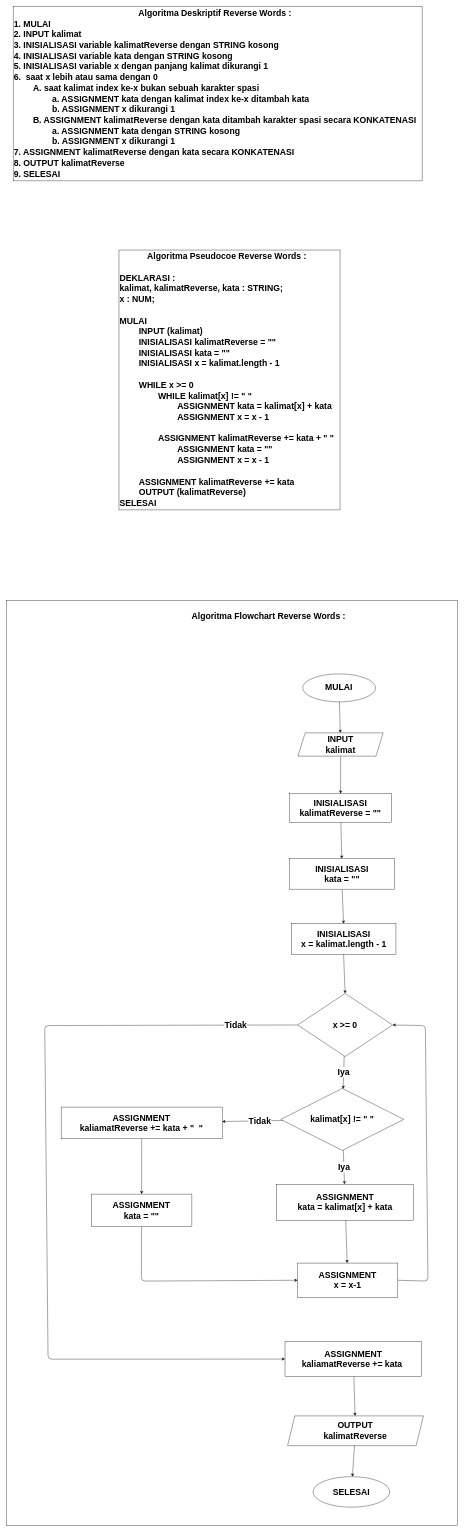
xel26/fwg17-computer-science keeps this draw.io diagram as page "reverse words" (2 of 2) of 6-palindrom.drawio. Above is the earlier version. Source tidied: cells renumbered, new cells numbered last; positions are measured from the earlier drawing's top-left corner, leaving out a move shared by most shapes. Both pictures are drawn from the tidied source at 36%, with x=0, y=0 at pixel (6, 6).
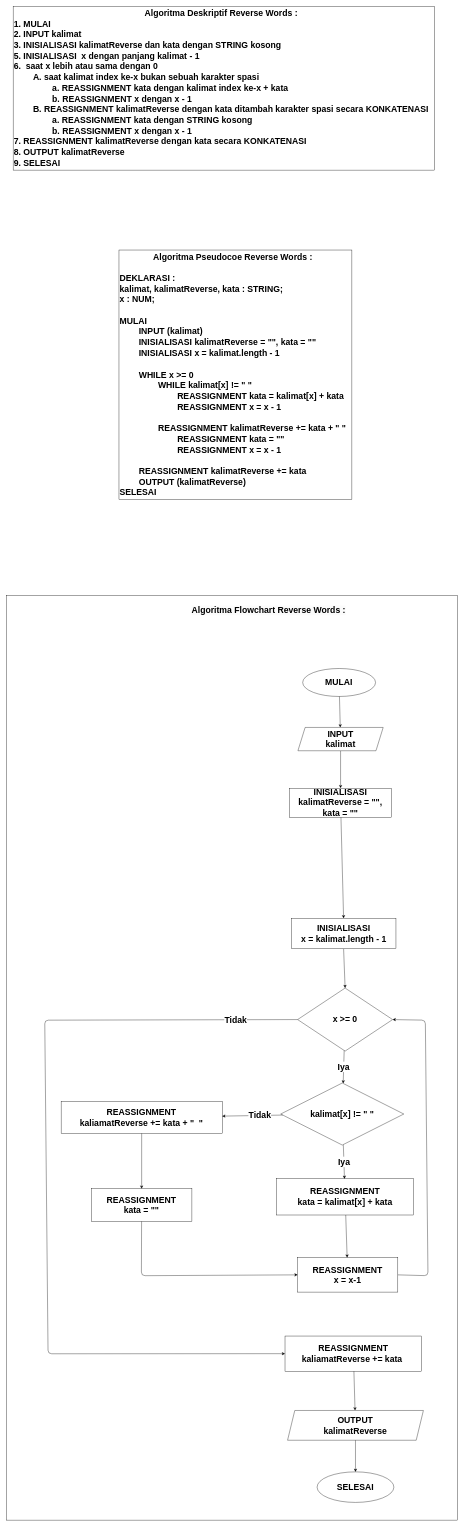
The same page after the edit.

The change refers to these unchanged cells:
```xml
<mxCell id="34" value="INISIALISASI&lt;br&gt;x = kalimat.length - 1" style="rounded=0;whiteSpace=wrap;html=1;hachureGap=4;fontFamily=Helvetica;fontSize=24;fontStyle=1;" parent="2" vertex="1">
  <mxGeometry x="791.5" y="897.3" width="290.9" height="84.7" as="geometry" />
</mxCell>
```

Change to the diagram source:
```diff
@@
     <mxCell id="2" style="group;strokeColor=default;fontStyle=1;fontSize=24;rounded=0;glass=0;shadow=0;strokeWidth=1;" parent="1" vertex="1">
-      <mxGeometry y="1651" width="1254" height="2569" as="geometry" />
+      <mxGeometry y="1636" width="1254" height="2569" as="geometry" />
     </mxCell>
@@
-    <mxCell id="8" style="edgeStyle=none;hachureGap=4;html=1;fontFamily=Architects Daughter;fontSize=24;" parent="2" edge="1" source="9" target="32">
+    <mxCell id="8" style="edgeStyle=none;hachureGap=4;html=1;fontFamily=Architects Daughter;fontSize=24;entryX=0.5;entryY=0;entryDx=0;entryDy=0;" parent="2" edge="1" source="9" target="34">
       <mxGeometry relative="1" as="geometry" />
     </mxCell>
-    <mxCell id="9" value="INISIALISASI&lt;br&gt;kalimatReverse = &quot;&quot;" style="rounded=0;whiteSpace=wrap;html=1;hachureGap=4;fontFamily=Helvetica;fontSize=24;fontStyle=1;" parent="2" vertex="1">
+    <mxCell id="9" value="INISIALISASI&lt;br&gt;kalimatReverse = &quot;&quot;,&lt;br&gt;kata = &quot;&quot;" style="rounded=0;whiteSpace=wrap;html=1;hachureGap=4;fontFamily=Helvetica;fontSize=24;fontStyle=1;" parent="2" vertex="1">
       <mxGeometry x="787.4" y="535.9" width="282.3" height="80.6" as="geometry" />
     </mxCell>
@@
-    <mxCell id="11" value="ASSIGNMENT&lt;br&gt;kata = kalimat[x] + kata" style="rounded=0;whiteSpace=wrap;html=1;hachureGap=4;fontFamily=Helvetica;fontSize=24;fontStyle=1;" parent="2" vertex="1">
+    <mxCell id="11" value="REASSIGNMENT&lt;br&gt;kata = kalimat[x] + kata" style="rounded=0;whiteSpace=wrap;html=1;hachureGap=4;fontFamily=Helvetica;fontSize=24;fontStyle=1;" parent="2" vertex="1">
       <mxGeometry x="751.4" y="1620.9" width="379.5" height="100.6" as="geometry" />
     </mxCell>
@@
-    <mxCell id="16" value="ASSIGNMENT&lt;br&gt;x = x-1" style="rounded=0;whiteSpace=wrap;html=1;hachureGap=4;fontFamily=Helvetica;fontSize=24;fontStyle=1;" parent="2" vertex="1">
+    <mxCell id="16" value="REASSIGNMENT&lt;br&gt;x = x-1" style="rounded=0;whiteSpace=wrap;html=1;hachureGap=4;fontFamily=Helvetica;fontSize=24;fontStyle=1;" parent="2" vertex="1">
       <mxGeometry x="809.2" y="1840" width="278.4" height="95.6" as="geometry" />
     </mxCell>
@@
-    <mxCell id="18" value="ASSIGNMENT&lt;br&gt;kaliamatReverse += kata + &quot;&amp;nbsp; &quot;" style="rounded=0;whiteSpace=wrap;html=1;hachureGap=4;fontFamily=Helvetica;fontSize=24;fontStyle=1;" parent="2" vertex="1">
+    <mxCell id="18" value="REASSIGNMENT&lt;br&gt;kaliamatReverse += kata + &quot;&amp;nbsp; &quot;" style="rounded=0;whiteSpace=wrap;html=1;hachureGap=4;fontFamily=Helvetica;fontSize=24;fontStyle=1;" parent="2" vertex="1">
       <mxGeometry x="152.3" y="1406.7" width="447.4" height="88.2" as="geometry" />
     </mxCell>
@@
-    <mxCell id="22" value="ASSIGNMENT&lt;br&gt;kata = &quot;&quot;" style="rounded=0;whiteSpace=wrap;html=1;hachureGap=4;fontFamily=Helvetica;fontSize=24;fontStyle=1;" parent="2" vertex="1">
+    <mxCell id="22" value="REASSIGNMENT&lt;br&gt;kata = &quot;&quot;" style="rounded=0;whiteSpace=wrap;html=1;hachureGap=4;fontFamily=Helvetica;fontSize=24;fontStyle=1;" parent="2" vertex="1">
       <mxGeometry x="236.3" y="1648.4" width="279.3" height="90.4" as="geometry" />
     </mxCell>
@@
-    <mxCell id="24" value="ASSIGNMENT&lt;br&gt;kaliamatReverse += kata&amp;nbsp;" style="rounded=0;whiteSpace=wrap;html=1;hachureGap=4;fontFamily=Helvetica;fontSize=24;fontStyle=1;" parent="2" vertex="1">
+    <mxCell id="24" value="REASSIGNMENT&lt;br&gt;kaliamatReverse += kata&amp;nbsp;" style="rounded=0;whiteSpace=wrap;html=1;hachureGap=4;fontFamily=Helvetica;fontSize=24;fontStyle=1;" parent="2" vertex="1">
       <mxGeometry x="774.2" y="2057.7" width="379.9" height="98" as="geometry" />
     </mxCell>
@@
     <mxCell id="29" value="SELESAI" style="ellipse;whiteSpace=wrap;html=1;hachureGap=4;fontFamily=Helvetica;fontSize=24;fontStyle=1;" parent="2" vertex="1">
-      <mxGeometry x="852" y="2433.3" width="213.3" height="84.9" as="geometry" />
+      <mxGeometry x="863.3" y="2435" width="213.3" height="84.9" as="geometry" />
     </mxCell>
@@
-    <mxCell id="31" style="edgeStyle=none;hachureGap=4;html=1;exitX=0.5;exitY=1;exitDx=0;exitDy=0;entryX=0.5;entryY=0;entryDx=0;entryDy=0;fontFamily=Architects Daughter;fontSize=24;" parent="2" edge="1" source="32" target="34">
-      <mxGeometry relative="1" as="geometry" />
-    </mxCell>
-    <mxCell id="32" value="INISIALISASI&lt;br&gt;kata = &quot;&quot;" style="rounded=0;whiteSpace=wrap;html=1;hachureGap=4;fontFamily=Helvetica;fontSize=24;fontStyle=1;" parent="2" vertex="1">
-      <mxGeometry x="787.4" y="716.6" width="290.9" height="84.7" as="geometry" />
-    </mxCell>
@@
-    <mxCell id="35" value="&lt;div style=&quot;text-align: center;&quot;&gt;&lt;b style=&quot;font-family: Helvetica; background-color: initial;&quot;&gt;Algoritma Deskriptif Reverse Words :&lt;/b&gt;&lt;/div&gt;&lt;font face=&quot;Helvetica&quot;&gt;&lt;div style=&quot;&quot;&gt;&lt;b style=&quot;background-color: initial;&quot;&gt;1. MULAI&lt;/b&gt;&lt;/div&gt;&lt;b&gt;2. INPUT kalimat&lt;br&gt;3. INISIALISASI variable kalimatReverse dengan STRING kosong&lt;br&gt;4. INISIALISASI variable kata dengan STRING kosong&lt;br&gt;5. INISIALISASI variable x dengan panjang kalimat dikurangi 1&lt;br&gt;6.&amp;nbsp; saat x lebih atau sama dengan 0&lt;br&gt;&lt;span style=&quot;white-space: pre;&quot;&gt;&#9;&lt;/span&gt;A. saat kalimat index ke-x bukan sebuah karakter spasi&lt;br&gt;&lt;span style=&quot;white-space: pre;&quot;&gt;&#9;&lt;/span&gt;&lt;span style=&quot;white-space: pre;&quot;&gt;&#9;&lt;/span&gt;a. ASSIGNMENT kata dengan kalimat index ke-x ditambah kata&lt;br&gt;&lt;span style=&quot;white-space: pre;&quot;&gt;&#9;&lt;/span&gt;&lt;span style=&quot;white-space: pre;&quot;&gt;&#9;&lt;/span&gt;b. ASSIGNMENT x dikurangi 1&lt;br&gt;&lt;span style=&quot;white-space: pre;&quot;&gt;&#9;&lt;/span&gt;B. ASSIGNMENT kalimatReverse dengan kata ditambah karakter spasi secara KONKATENASI&lt;br&gt;&amp;nbsp;&amp;nbsp;&lt;span style=&quot;white-space: pre;&quot;&gt;&#9;&lt;/span&gt;&lt;span style=&quot;white-space: pre;&quot;&gt;&#9;&lt;/span&gt;a. ASSIGNMENT kata dengan STRING kosong&lt;br&gt;&lt;span style=&quot;white-space: pre;&quot;&gt;&#9;&lt;/span&gt;&lt;span style=&quot;white-space: pre;&quot;&gt;&#9;&lt;/span&gt;b. ASSIGNMENT x dikurangi 1&lt;br&gt;7. ASSIGNMENT kalimatReverse dengan kata secara KONKATENASI&lt;br&gt;8. OUTPUT kalimatReverse&lt;br&gt;9. SELESAI&lt;br&gt;&lt;/b&gt;&lt;/font&gt;" style="text;html=1;align=left;verticalAlign=middle;strokeColor=default;fillColor=none;fontSize=24;fontFamily=Architects Daughter;hachureGap=4;strokeWidth=1;rounded=0;" parent="1" vertex="1">
-      <mxGeometry x="19" width="1136" height="485" as="geometry" />
+    <mxCell id="35" value="&lt;div style=&quot;text-align: center;&quot;&gt;&lt;b style=&quot;font-family: Helvetica; background-color: initial;&quot;&gt;Algoritma Deskriptif Reverse Words :&lt;/b&gt;&lt;/div&gt;&lt;font face=&quot;Helvetica&quot;&gt;&lt;div style=&quot;&quot;&gt;&lt;b style=&quot;background-color: initial;&quot;&gt;1. MULAI&lt;/b&gt;&lt;/div&gt;&lt;b&gt;2. INPUT kalimat&lt;br&gt;3. INISIALISASI kalimatReverse dan kata dengan STRING kosong&lt;br&gt;5. INISIALISASI&amp;nbsp; x dengan panjang kalimat - 1&lt;br&gt;6.&amp;nbsp; saat x lebih atau sama dengan 0&lt;br&gt;&lt;span style=&quot;white-space: pre;&quot;&gt;&#9;&lt;/span&gt;A. saat kalimat index ke-x bukan sebuah karakter spasi&lt;br&gt;&lt;span style=&quot;white-space: pre;&quot;&gt;&#9;&lt;/span&gt;&lt;span style=&quot;white-space: pre;&quot;&gt;&#9;&lt;/span&gt;a. REASSIGNMENT kata dengan kalimat index ke-x + kata&lt;br&gt;&lt;span style=&quot;white-space: pre;&quot;&gt;&#9;&lt;/span&gt;&lt;span style=&quot;white-space: pre;&quot;&gt;&#9;&lt;/span&gt;b. REASSIGNMENT x dengan x - 1&lt;br&gt;&lt;span style=&quot;white-space: pre;&quot;&gt;&#9;&lt;/span&gt;B. REASSIGNMENT kalimatReverse dengan kata ditambah karakter spasi secara KONKATENASI&lt;br&gt;&amp;nbsp;&amp;nbsp;&lt;span style=&quot;white-space: pre;&quot;&gt;&#9;&lt;/span&gt;&lt;span style=&quot;white-space: pre;&quot;&gt;&#9;&lt;/span&gt;a. REASSIGNMENT kata dengan STRING kosong&lt;br&gt;&lt;span style=&quot;white-space: pre;&quot;&gt;&#9;&lt;/span&gt;&lt;span style=&quot;white-space: pre;&quot;&gt;&#9;&lt;/span&gt;b. REASSIGNMENT x dengan x - 1&lt;br&gt;7. REASSIGNMENT kalimatReverse dengan kata secara KONKATENASI&lt;br&gt;8. OUTPUT kalimatReverse&lt;br&gt;9. SELESAI&lt;br&gt;&lt;/b&gt;&lt;/font&gt;" style="text;html=1;align=left;verticalAlign=middle;strokeColor=default;fillColor=none;fontSize=24;fontFamily=Architects Daughter;hachureGap=4;strokeWidth=1;rounded=0;" parent="1" vertex="1">
+      <mxGeometry x="19" width="1170" height="455" as="geometry" />
     </mxCell>
-    <mxCell id="36" value="&lt;div style=&quot;text-align: center;&quot;&gt;&lt;b style=&quot;font-family: Helvetica; background-color: initial;&quot;&gt;Algoritma Pseudocoe Reverse Words :&lt;/b&gt;&lt;/div&gt;&lt;font face=&quot;Helvetica&quot;&gt;&lt;div style=&quot;&quot;&gt;&lt;/div&gt;&lt;b&gt;&lt;br&gt;DEKLARASI :&lt;br&gt;kalimat, kalimatReverse, kata : STRING;&lt;br&gt;x : NUM;&lt;br&gt;&lt;br&gt;MULAI&lt;br&gt;&lt;span style=&quot;white-space: pre;&quot;&gt;&#9;&lt;/span&gt;INPUT (kalimat)&lt;br&gt;&lt;span style=&quot;white-space: pre;&quot;&gt;&#9;&lt;/span&gt;INISIALISASI kalimatReverse = &quot;&quot;&lt;br&gt;&lt;span style=&quot;white-space: pre;&quot;&gt;&#9;&lt;/span&gt;INISIALISASI kata = &quot;&quot;&lt;br&gt;&lt;span style=&quot;white-space: pre;&quot;&gt;&#9;&lt;/span&gt;INISIALISASI x = kalimat.length - 1&lt;br&gt;&lt;span style=&quot;white-space: pre;&quot;&gt;&#9;&lt;/span&gt;&lt;br&gt;&lt;span style=&quot;white-space: pre;&quot;&gt;&#9;&lt;/span&gt;WHILE x &amp;gt;= 0&lt;br&gt;&lt;span style=&quot;white-space: pre;&quot;&gt;&#9;&lt;/span&gt;&lt;span style=&quot;white-space: pre;&quot;&gt;&#9;&lt;/span&gt;WHILE kalimat[x] != &quot; &quot;&lt;br&gt;&lt;span style=&quot;white-space: pre;&quot;&gt;&#9;&lt;/span&gt;&lt;span style=&quot;white-space: pre;&quot;&gt;&#9;&lt;/span&gt;&lt;span style=&quot;white-space: pre;&quot;&gt;&#9;&lt;/span&gt;ASSIGNMENT kata = kalimat[x] + kata&lt;br&gt;&lt;span style=&quot;white-space: pre;&quot;&gt;&#9;&lt;/span&gt;&lt;span style=&quot;white-space: pre;&quot;&gt;&#9;&lt;/span&gt;&lt;span style=&quot;white-space: pre;&quot;&gt;&#9;&lt;/span&gt;ASSIGNMENT x = x - 1&lt;br&gt;&lt;span style=&quot;white-space: pre;&quot;&gt;&#9;&lt;/span&gt;&lt;span style=&quot;white-space: pre;&quot;&gt;&#9;&lt;/span&gt;&lt;br&gt;&lt;span style=&quot;white-space: pre;&quot;&gt;&#9;&lt;/span&gt;&lt;span style=&quot;white-space: pre;&quot;&gt;&#9;&lt;/span&gt;ASSIGNMENT kalimatReverse += kata + &quot; &quot;&lt;br&gt;&lt;span style=&quot;white-space: pre;&quot;&gt;&#9;&lt;/span&gt;&lt;span style=&quot;white-space: pre;&quot;&gt;&#9;&lt;/span&gt;&lt;span style=&quot;white-space: pre;&quot;&gt;&#9;&lt;/span&gt;ASSIGNMENT kata = &quot;&quot;&lt;br&gt;&lt;span style=&quot;white-space: pre;&quot;&gt;&#9;&lt;/span&gt;&lt;span style=&quot;white-space: pre;&quot;&gt;&#9;&lt;/span&gt;&lt;span style=&quot;white-space: pre;&quot;&gt;&#9;&lt;/span&gt;ASSIGNMENT x = x - 1&lt;br&gt;&lt;span style=&quot;white-space: pre;&quot;&gt;&#9;&lt;/span&gt;&lt;br&gt;&lt;span style=&quot;white-space: pre;&quot;&gt;&#9;&lt;/span&gt;ASSIGNMENT kalimatReverse += kata&lt;br&gt;&lt;span style=&quot;white-space: pre;&quot;&gt;&#9;&lt;/span&gt;OUTPUT (kalimatReverse)&lt;br&gt;SELESAI&lt;br&gt;&lt;/b&gt;&lt;/font&gt;" style="text;html=1;align=left;verticalAlign=middle;strokeColor=default;fillColor=none;fontSize=24;fontFamily=Architects Daughter;hachureGap=4;strokeWidth=1;rounded=0;" parent="1" vertex="1">
-      <mxGeometry x="313" y="677" width="614" height="722" as="geometry" />
+    <mxCell id="36" value="&lt;div style=&quot;text-align: center;&quot;&gt;&lt;b style=&quot;font-family: Helvetica; background-color: initial;&quot;&gt;Algoritma Pseudocoe Reverse Words :&lt;/b&gt;&lt;/div&gt;&lt;font face=&quot;Helvetica&quot;&gt;&lt;div style=&quot;&quot;&gt;&lt;/div&gt;&lt;b&gt;&lt;br&gt;DEKLARASI :&lt;br&gt;kalimat, kalimatReverse, kata : STRING;&lt;br&gt;x : NUM;&lt;br&gt;&lt;br&gt;MULAI&lt;br&gt;&lt;span style=&quot;white-space: pre;&quot;&gt;&#9;&lt;/span&gt;INPUT (kalimat)&lt;br&gt;&lt;span style=&quot;white-space: pre;&quot;&gt;&#9;&lt;/span&gt;INISIALISASI kalimatReverse = &quot;&quot;, kata = &quot;&quot;&lt;br&gt;&lt;span style=&quot;white-space: pre;&quot;&gt;&#9;&lt;/span&gt;INISIALISASI x = kalimat.length - 1&lt;br&gt;&lt;span style=&quot;white-space: pre;&quot;&gt;&#9;&lt;/span&gt;&lt;br&gt;&lt;span style=&quot;white-space: pre;&quot;&gt;&#9;&lt;/span&gt;WHILE x &amp;gt;= 0&lt;br&gt;&lt;span style=&quot;white-space: pre;&quot;&gt;&#9;&lt;/span&gt;&lt;span style=&quot;white-space: pre;&quot;&gt;&#9;&lt;/span&gt;WHILE kalimat[x] != &quot; &quot;&lt;br&gt;&lt;span style=&quot;white-space: pre;&quot;&gt;&#9;&lt;/span&gt;&lt;span style=&quot;white-space: pre;&quot;&gt;&#9;&lt;/span&gt;&lt;span style=&quot;white-space: pre;&quot;&gt;&#9;&lt;/span&gt;REASSIGNMENT kata = kalimat[x] + kata&lt;br&gt;&lt;span style=&quot;white-space: pre;&quot;&gt;&#9;&lt;/span&gt;&lt;span style=&quot;white-space: pre;&quot;&gt;&#9;&lt;/span&gt;&lt;span style=&quot;white-space: pre;&quot;&gt;&#9;&lt;/span&gt;REASSIGNMENT x = x - 1&lt;br&gt;&lt;span style=&quot;white-space: pre;&quot;&gt;&#9;&lt;/span&gt;&lt;span style=&quot;white-space: pre;&quot;&gt;&#9;&lt;/span&gt;&lt;br&gt;&lt;span style=&quot;white-space: pre;&quot;&gt;&#9;&lt;/span&gt;&lt;span style=&quot;white-space: pre;&quot;&gt;&#9;&lt;/span&gt;REASSIGNMENT kalimatReverse += kata + &quot; &quot;&lt;br&gt;&lt;span style=&quot;white-space: pre;&quot;&gt;&#9;&lt;/span&gt;&lt;span style=&quot;white-space: pre;&quot;&gt;&#9;&lt;/span&gt;&lt;span style=&quot;white-space: pre;&quot;&gt;&#9;&lt;/span&gt;REASSIGNMENT kata = &quot;&quot;&lt;br&gt;&lt;span style=&quot;white-space: pre;&quot;&gt;&#9;&lt;/span&gt;&lt;span style=&quot;white-space: pre;&quot;&gt;&#9;&lt;/span&gt;&lt;span style=&quot;white-space: pre;&quot;&gt;&#9;&lt;/span&gt;REASSIGNMENT x = x - 1&lt;br&gt;&lt;span style=&quot;white-space: pre;&quot;&gt;&#9;&lt;/span&gt;&lt;br&gt;&lt;span style=&quot;white-space: pre;&quot;&gt;&#9;&lt;/span&gt;REASSIGNMENT kalimatReverse += kata&lt;br&gt;&lt;span style=&quot;white-space: pre;&quot;&gt;&#9;&lt;/span&gt;OUTPUT (kalimatReverse)&lt;br&gt;SELESAI&lt;br&gt;&lt;/b&gt;&lt;/font&gt;" style="text;html=1;align=left;verticalAlign=middle;strokeColor=default;fillColor=none;fontSize=24;fontFamily=Architects Daughter;hachureGap=4;strokeWidth=1;rounded=0;" parent="1" vertex="1">
+      <mxGeometry x="313" y="677" width="647" height="693" as="geometry" />
     </mxCell>
```
